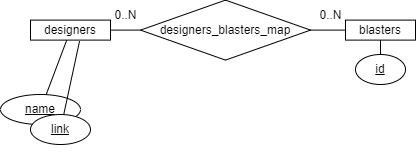
This is docs/ERD.drawio.png from SabreBirdOne/BlasterBrowser, a draw.io export, as it was before one commit. Source tidied: cells renumbered, new cells last; positions are measured from the earlier drawing's top-left corner, leaving out a move shared by most shapes.
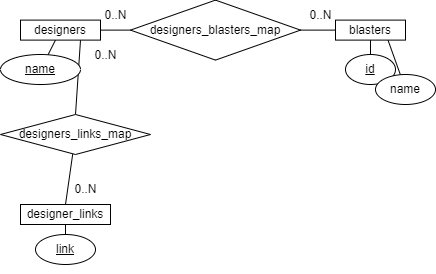
The same file after the commit.

Diff of the diagram source:
```diff
@@ -8,18 +8,24 @@
     <mxCell id="3" style="rounded=0;jettySize=auto;html=1;endArrow=none;endFill=0;entryX=0;entryY=0.5;entryDx=0;entryDy=0;" parent="1" edge="1" source="4" target="12">
       <mxGeometry relative="1" as="geometry" />
     </mxCell>
+    <mxCell id="16" style="rounded=0;jettySize=auto;html=1;exitX=0.75;exitY=1;exitDx=0;exitDy=0;entryX=0.5;entryY=0;entryDx=0;entryDy=0;endArrow=none;endFill=0;" parent="1" edge="1" source="4" target="21">
+      <mxGeometry relative="1" as="geometry" />
+    </mxCell>
     <mxCell id="4" value="designers" style="rounded=0;whiteSpace=wrap;html=1;" parent="1" vertex="1">
       <mxGeometry x="30" y="19.6" width="80" height="20" as="geometry" />
     </mxCell>
     <mxCell id="5" value="&lt;u&gt;name&lt;/u&gt;" style="ellipse;whiteSpace=wrap;html=1;rounded=0;" parent="1" vertex="1">
-      <mxGeometry y="94" width="80" height="30" as="geometry" />
+      <mxGeometry x="10" y="54" width="80" height="30" as="geometry" />
     </mxCell>
-    <mxCell id="6" style="rounded=0;jettySize=auto;html=1;endArrow=none;endFill=0;entryX=0.613;entryY=1.05;entryDx=0;entryDy=0;entryPerimeter=0;" parent="1" edge="1" source="7" target="4">
+    <mxCell id="6" style="rounded=0;jettySize=auto;html=1;endArrow=none;endFill=0;entryX=0.5;entryY=1;entryDx=0;entryDy=0;" parent="1" edge="1" source="7" target="19">
       <mxGeometry relative="1" as="geometry" />
     </mxCell>
     <mxCell id="7" value="&lt;u&gt;link&lt;/u&gt;" style="ellipse;whiteSpace=wrap;html=1;" parent="1" vertex="1">
-      <mxGeometry x="30" y="114" width="60" height="30" as="geometry" />
+      <mxGeometry x="45" y="234" width="60" height="30" as="geometry" />
     </mxCell>
+    <mxCell id="17" style="rounded=0;jettySize=auto;html=1;exitX=0.75;exitY=1;exitDx=0;exitDy=0;endArrow=none;endFill=0;" parent="1" edge="1" source="8" target="18">
+      <mxGeometry relative="1" as="geometry" />
+    </mxCell>
     <mxCell id="8" value="blasters" style="rounded=0;whiteSpace=wrap;html=1;" parent="1" vertex="1">
       <mxGeometry x="345" y="19.6" width="70" height="20" as="geometry" />
     </mxCell>
@@ -44,5 +50,23 @@
     <mxCell id="15" value="0..N" style="text;html=1;align=center;verticalAlign=middle;strokeColor=none;fillColor=none;" parent="1" vertex="1">
       <mxGeometry x="100" y="-0.4" width="50" height="30" as="geometry" />
     </mxCell>
+    <mxCell id="18" value="name" style="ellipse;whiteSpace=wrap;html=1;" parent="1" vertex="1">
+      <mxGeometry x="385" y="74" width="60" height="30" as="geometry" />
+    </mxCell>
+    <mxCell id="19" value="designer_links" style="whiteSpace=wrap;html=1;" parent="1" vertex="1">
+      <mxGeometry x="30" y="204" width="90" height="20" as="geometry" />
+    </mxCell>
+    <mxCell id="20" style="rounded=0;jettySize=auto;html=1;entryX=0.5;entryY=0;entryDx=0;entryDy=0;endArrow=none;endFill=0;" parent="1" edge="1" source="21" target="19">
+      <mxGeometry relative="1" as="geometry" />
+    </mxCell>
+    <mxCell id="21" value="designers_links_map" style="rhombus;whiteSpace=wrap;html=1;" parent="1" vertex="1">
+      <mxGeometry x="10" y="114" width="150" height="40" as="geometry" />
+    </mxCell>
+    <mxCell id="22" value="0..N" style="text;html=1;align=center;verticalAlign=middle;strokeColor=none;fillColor=none;" parent="1" vertex="1">
+      <mxGeometry x="70" y="174" width="50" height="30" as="geometry" />
+    </mxCell>
+    <mxCell id="23" value="0..N" style="text;html=1;align=center;verticalAlign=middle;strokeColor=none;fillColor=none;" parent="1" vertex="1">
+      <mxGeometry x="90" y="39.6" width="50" height="30" as="geometry" />
+    </mxCell>
   </root>
 </mxGraphModel>
```
